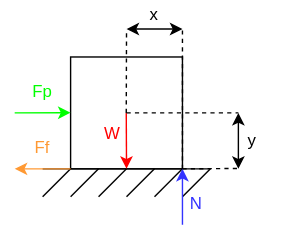
The draw.io diagram prototype/tipping.drawio.svg in dennuguyen/desn2000, before a commit. Source tidied: cells renumbered, new cells last; positions are measured from the earlier drawing's top-left corner, leaving out a move shared by most shapes.
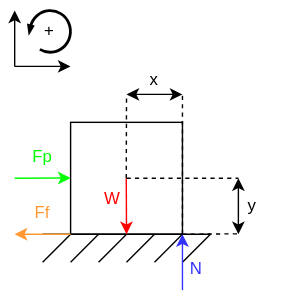
The same file after the commit.

Diff of the diagram source:
```diff
@@ -125,5 +125,26 @@
     <mxCell id="25" value="x" style="text;html=1;strokeColor=none;fillColor=none;align=center;verticalAlign=middle;whiteSpace=wrap;rounded=0;" parent="1" vertex="1">
       <mxGeometry x="80" width="60" height="20" as="geometry" />
     </mxCell>
+    <mxCell id="26" style="group;" parent="1" vertex="1">
+      <mxGeometry x="10" y="-40" width="50" height="40" as="geometry" />
+    </mxCell>
+    <mxCell id="27" value="+" style="text;html=1;strokeColor=none;fillColor=none;align=center;verticalAlign=middle;whiteSpace=wrap;rounded=0;" parent="26" vertex="1">
+      <mxGeometry width="50" height="30" as="geometry" />
+    </mxCell>
+    <mxCell id="28" style="endArrow=classic;html=1;" parent="26" edge="1">
+      <mxGeometry relative="1" as="geometry">
+        <mxPoint y="40" as="sourcePoint" />
+        <mxPoint x="40" y="40" as="targetPoint" />
+      </mxGeometry>
+    </mxCell>
+    <mxCell id="29" style="endArrow=classic;html=1;" parent="26" edge="1">
+      <mxGeometry relative="1" as="geometry">
+        <mxPoint y="40" as="sourcePoint" />
+        <mxPoint as="targetPoint" />
+      </mxGeometry>
+    </mxCell>
+    <mxCell id="30" style="verticalLabelPosition=bottom;html=1;verticalAlign=top;strokeWidth=2;shape=mxgraph.lean_mapping.physical_pull;rotation=-180;" parent="26" vertex="1">
+      <mxGeometry x="10" width="30" height="30" as="geometry" />
+    </mxCell>
   </root>
 </mxGraphModel>
```
